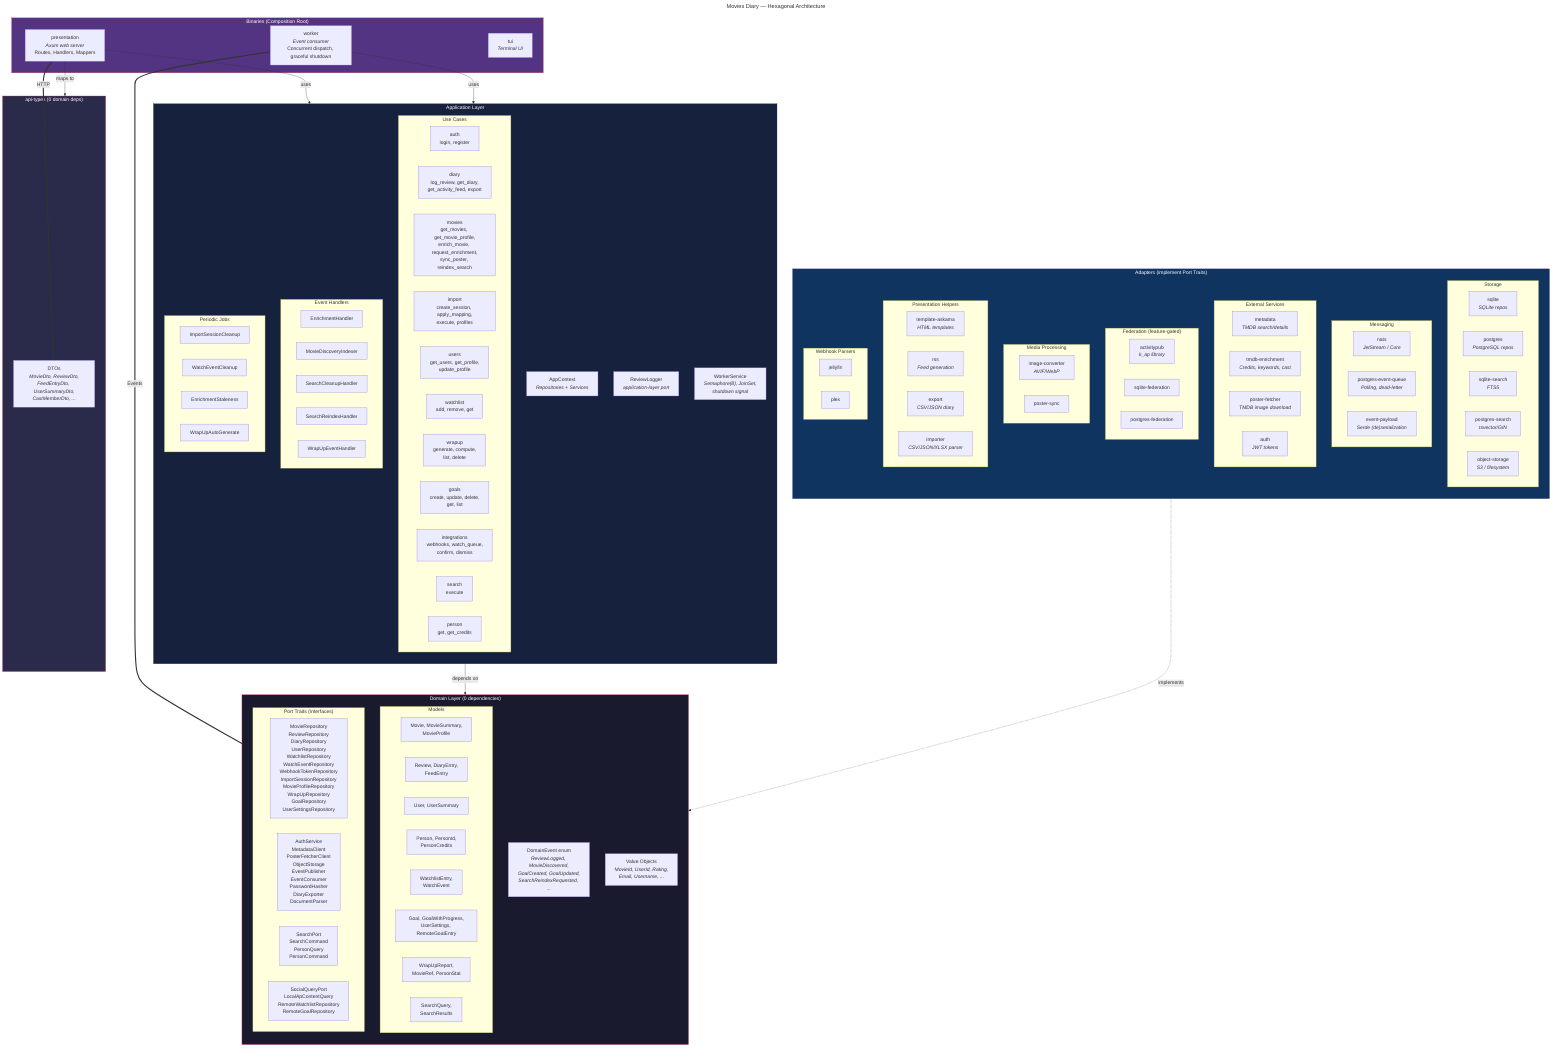
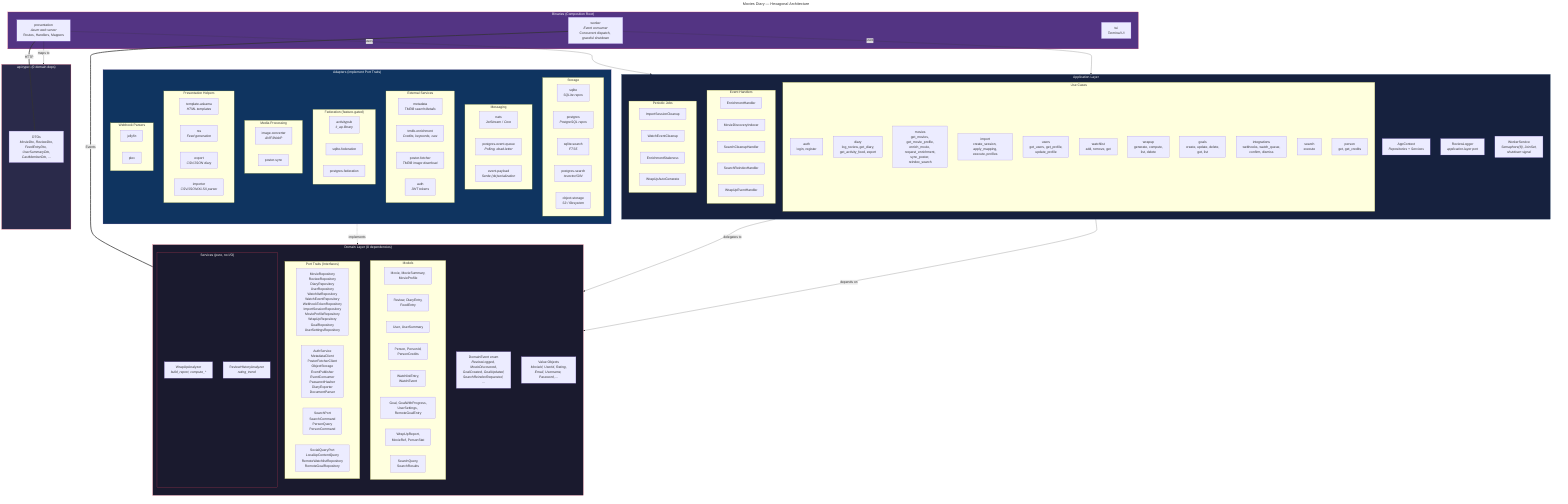
---
title: Movies Diary — Hexagonal Architecture
---
graph TB
    subgraph Binaries["Binaries (Composition Root)"]
        WEB["presentation<br/><i>Axum web server</i><br/>Routes, Handlers, Mappers"]
        WORKER["worker<br/><i>Event consumer</i><br/>Concurrent dispatch, graceful shutdown"]
        TUI["tui<br/><i>Terminal UI</i>"]
    end

    subgraph Application["Application Layer"]
        direction TB
        CTX["AppContext<br/><i>Repositories + Services</i>"]
        APP_PORTS["ReviewLogger<br/><i>application-layer port</i>"]
        subgraph UseCases["Use Cases"]
            UC_AUTH["auth<br/>login, register"]
            UC_DIARY["diary<br/>log_review, get_diary,<br/>get_activity_feed, export"]
            UC_MOVIES["movies<br/>get_movies, get_movie_profile,<br/>enrich_movie, request_enrichment,<br/>sync_poster, reindex_search"]
            UC_IMPORT["import<br/>create_session, apply_mapping,<br/>execute, profiles"]
            UC_USERS["users<br/>get_users, get_profile,<br/>update_profile"]
            UC_WATCHLIST["watchlist<br/>add, remove, get"]
            UC_WRAPUP["wrapup<br/>generate, compute,<br/>list, delete"]
            UC_GOALS["goals<br/>create, update, delete,<br/>get, list"]
            UC_INTEGRATIONS["integrations<br/>webhooks, watch_queue,<br/>confirm, dismiss"]
            UC_SEARCH["search<br/>execute"]
            UC_PERSON["person<br/>get, get_credits"]
        end
        subgraph EventHandlers["Event Handlers"]
            EH_ENRICH["EnrichmentHandler"]
            EH_DISCOVER["MovieDiscoveryIndexer"]
            EH_CLEANUP["SearchCleanupHandler"]
            EH_REINDEX["SearchReindexHandler"]
            EH_WRAPUP["WrapUpEventHandler"]
        end
        subgraph Jobs["Periodic Jobs"]
            JOB_IMPORT["ImportSessionCleanup"]
            JOB_WATCH["WatchEventCleanup"]
            JOB_STALE["EnrichmentStaleness"]
            JOB_WRAPGEN["WrapUpAutoGenerate"]
        end
        WORKER_SVC["WorkerService<br/><i>Semaphore(8), JoinSet,<br/>shutdown signal</i>"]
    end

    subgraph Domain["Domain Layer (0 dependencies)"]
        direction TB
        subgraph Models["Models"]
            M_MOVIE["Movie, MovieSummary,<br/>MovieProfile"]
            M_REVIEW["Review, DiaryEntry,<br/>FeedEntry"]
            M_USER["User, UserSummary"]
            M_PERSON["Person, PersonId,<br/>PersonCredits"]
            M_WATCHLIST["WatchlistEntry,<br/>WatchEvent"]
            M_GOAL["Goal, GoalWithProgress,<br/>UserSettings, RemoteGoalEntry"]
            M_WRAPUP["WrapUpReport,<br/>MovieRef, PersonStat"]
            M_SEARCH["SearchQuery,<br/>SearchResults"]
        end
        subgraph Ports["Port Traits (Interfaces)"]
            P_REPOS["MovieRepository<br/>ReviewRepository<br/>DiaryRepository<br/>UserRepository<br/>WatchlistRepository<br/>WatchEventRepository<br/>WebhookTokenRepository<br/>ImportSessionRepository<br/>MovieProfileRepository<br/>WrapUpRepository<br/>GoalRepository<br/>UserSettingsRepository"]
            P_SERVICES["AuthService<br/>MetadataClient<br/>PosterFetcherClient<br/>ObjectStorage<br/>EventPublisher<br/>EventConsumer<br/>PasswordHasher<br/>DiaryExporter<br/>DocumentParser"]
            P_SEARCH["SearchPort<br/>SearchCommand<br/>PersonQuery<br/>PersonCommand"]
            P_FEDERATION["SocialQueryPort<br/>LocalApContentQuery<br/>RemoteWatchlistRepository<br/>RemoteGoalRepository"]
        end
+         subgraph DomainServices["Services (pure, no I/O)"]
+             DS_WRAPUP["WrapUpAnalyzer<br/><i>build_report, compute_*</i>"]
+             DS_REVIEW["ReviewHistoryAnalyzer<br/><i>rating_trend</i>"]
+         end
        EVENTS["DomainEvent enum<br/><i>ReviewLogged, MovieDiscovered,<br/>GoalCreated, GoalUpdated,<br/>SearchReindexRequested, ...</i>"]
-         VO["Value Objects<br/><i>MovieId, UserId, Rating,<br/>Email, Username, ...</i>"]
+         VO["Value Objects<br/><i>MovieId, UserId, Rating,<br/>Email, Username, Password, ...</i>"]
    end

    subgraph ApiTypes["api-types (0 domain deps)"]
        DTO["DTOs<br/><i>MovieDto, ReviewDto,<br/>FeedEntryDto, UserSummaryDto,<br/>CastMemberDto, ...</i>"]
    end

    subgraph Adapters["Adapters (implement Port Traits)"]
        direction TB
        subgraph Storage["Storage"]
            A_SQLITE["sqlite<br/><i>SQLite repos</i>"]
            A_PG["postgres<br/><i>PostgreSQL repos</i>"]
            A_SQLITE_SEARCH["sqlite-search<br/><i>FTS5</i>"]
            A_PG_SEARCH["postgres-search<br/><i>tsvector/GIN</i>"]
            A_OBJ["object-storage<br/><i>S3 / filesystem</i>"]
        end
        subgraph Messaging["Messaging"]
            A_NATS["nats<br/><i>JetStream / Core</i>"]
            A_PG_QUEUE["postgres-event-queue<br/><i>Polling, dead-letter</i>"]
            A_PAYLOAD["event-payload<br/><i>Serde (de)serialization</i>"]
        end
        subgraph External["External Services"]
            A_METADATA["metadata<br/><i>TMDB search/details</i>"]
            A_TMDB["tmdb-enrichment<br/><i>Credits, keywords, cast</i>"]
            A_POSTER["poster-fetcher<br/><i>TMDB image download</i>"]
            A_AUTH["auth<br/><i>JWT tokens</i>"]
        end
        subgraph Federation["Federation (feature-gated)"]
            A_AP["activitypub<br/><i>k_ap library</i>"]
            A_SQLITE_FED["sqlite-federation"]
            A_PG_FED["postgres-federation"]
        end
        subgraph Media["Media Processing"]
            A_IMG["image-converter<br/><i>AVIF/WebP</i>"]
            A_POSTER_SYNC["poster-sync"]
        end
        subgraph Presentation["Presentation Helpers"]
            A_TEMPLATE["template-askama<br/><i>HTML templates</i>"]
            A_RSS["rss<br/><i>Feed generation</i>"]
            A_EXPORT["export<br/><i>CSV/JSON diary</i>"]
            A_IMPORT["importer<br/><i>CSV/JSON/XLSX parser</i>"]
        end
        subgraph Webhooks["Webhook Parsers"]
            A_JELLYFIN["jellyfin"]
            A_PLEX["plex"]
        end
    end

    %% Dependency arrows
    WEB -->|"uses"| Application
    WEB -->|"maps to"| ApiTypes
    WORKER -->|"uses"| Application

    Application -->|"depends on"| Domain
+     UC_WRAPUP -->|"delegates to"| DS_WRAPUP

    Adapters -.->|"implements"| Ports

    %% Key data flows
    WEB ===|"HTTP"| DTO
    WORKER ===|"Events"| EVENTS

    classDef domain fill:#1a1a2e,stroke:#e94560,color:#fff
    classDef app fill:#16213e,stroke:#0f3460,color:#fff
    classDef adapter fill:#0f3460,stroke:#533483,color:#fff
    classDef binary fill:#533483,stroke:#e94560,color:#fff
    classDef api fill:#2a2a4a,stroke:#e94560,color:#fff

    class Domain domain
+     class DomainServices domain
    class Application app
    class Adapters adapter
    class Binaries binary
    class ApiTypes api
